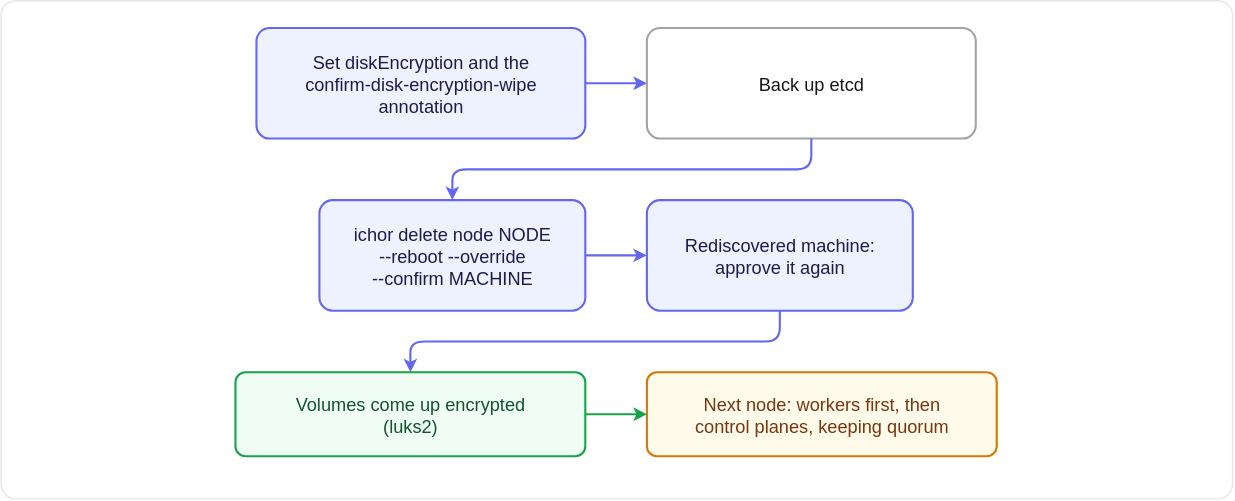
Before: docs/images/hardening-disk-encryption-wipe.light.drawio.svg, a diagram exported from draw.io (maeshinshin/ichor). Source tidied: cells renumbered, new cells last; positions are measured from the earlier drawing's top-left corner, leaving out a move shared by most shapes.
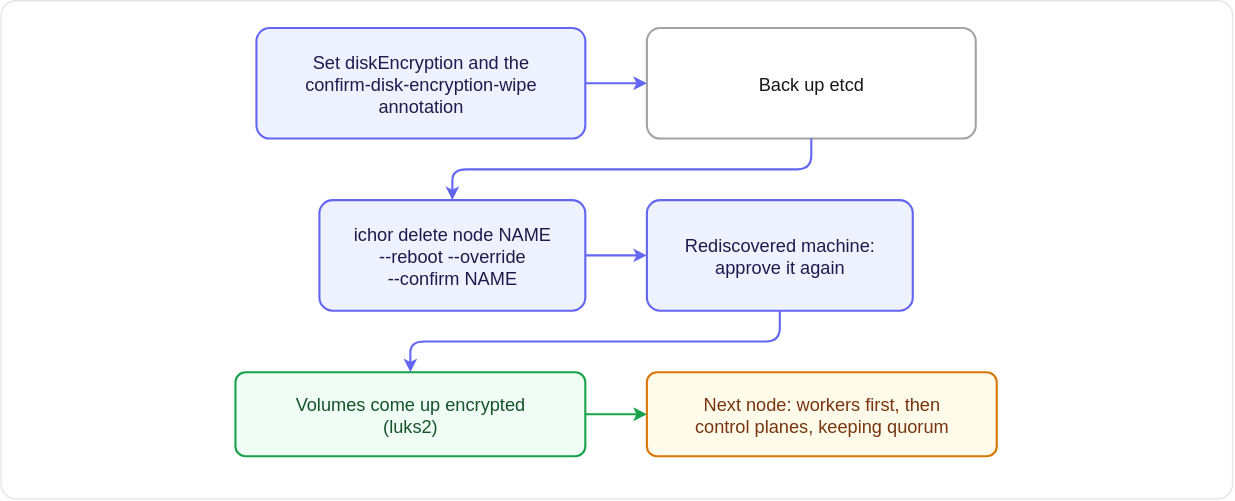
Later version of the same file.

Commit message:
docs(hardening): the diagrams name the node as NAME, as the pages do

The edit, as a diff of the source:
```diff
@@ -11,7 +11,7 @@
     <mxCell id="4" value="Back up etcd" style="rounded=1;arcSize=12;fillColor=light-dark(#FFFFFF,#1A1A1A);strokeColor=light-dark(#A3A3A3,#525252);strokeWidth=1.5;fontColor=light-dark(#171717,#FAFAFA);fontFamily=Helvetica;fontSize=13;align=center;verticalAlign=middle;html=0;" parent="1" vertex="1">
       <mxGeometry x="462" y="20" width="235" height="79" as="geometry" />
     </mxCell>
-    <mxCell id="5" value="ichor delete node NODE&#10;--reboot --override&#10;--confirm MACHINE" style="rounded=1;arcSize=12;fillColor=light-dark(#EEF2FF,#232553);strokeColor=light-dark(#6366F1,#818CF8);strokeWidth=1.5;fontColor=light-dark(#1E1B4B,#E0E7FF);fontFamily=Helvetica;fontSize=13;align=center;verticalAlign=middle;html=0;" parent="1" vertex="1">
+    <mxCell id="5" value="ichor delete node NAME&#10;--reboot --override&#10;--confirm NAME" style="rounded=1;arcSize=12;fillColor=light-dark(#EEF2FF,#232553);strokeColor=light-dark(#6366F1,#818CF8);strokeWidth=1.5;fontColor=light-dark(#1E1B4B,#E0E7FF);fontFamily=Helvetica;fontSize=13;align=center;verticalAlign=middle;html=0;" parent="1" vertex="1">
       <mxGeometry x="228" y="143" width="190" height="79" as="geometry" />
     </mxCell>
     <mxCell id="6" value="Rediscovered machine:&#10;approve it again" style="rounded=1;arcSize=12;fillColor=light-dark(#EEF2FF,#232553);strokeColor=light-dark(#6366F1,#818CF8);strokeWidth=1.5;fontColor=light-dark(#1E1B4B,#E0E7FF);fontFamily=Helvetica;fontSize=13;align=center;verticalAlign=middle;html=0;" parent="1" vertex="1">
```
